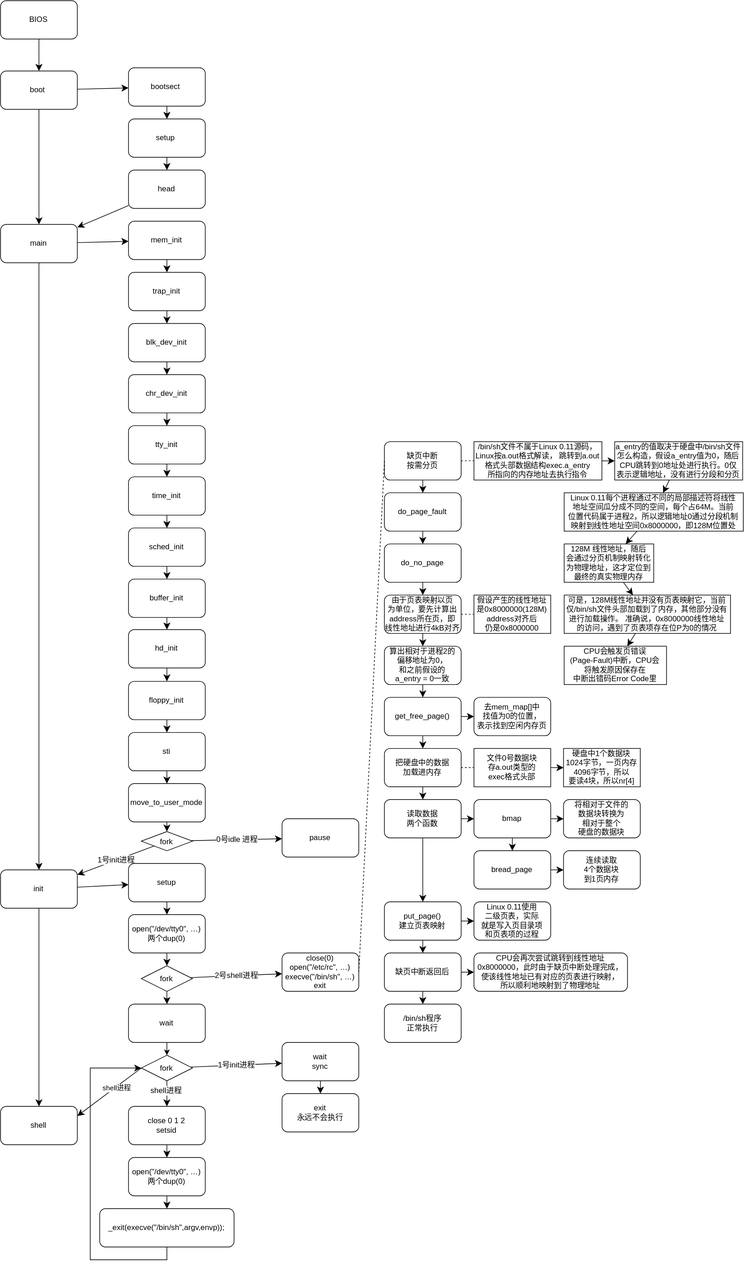
Before: demo.drawio.svg, a diagram exported from draw.io (chenxi829/draw_many_pic). Source tidied: cells renumbered, new cells last; positions are measured from the earlier drawing's top-left corner, leaving out a move shared by most shapes.
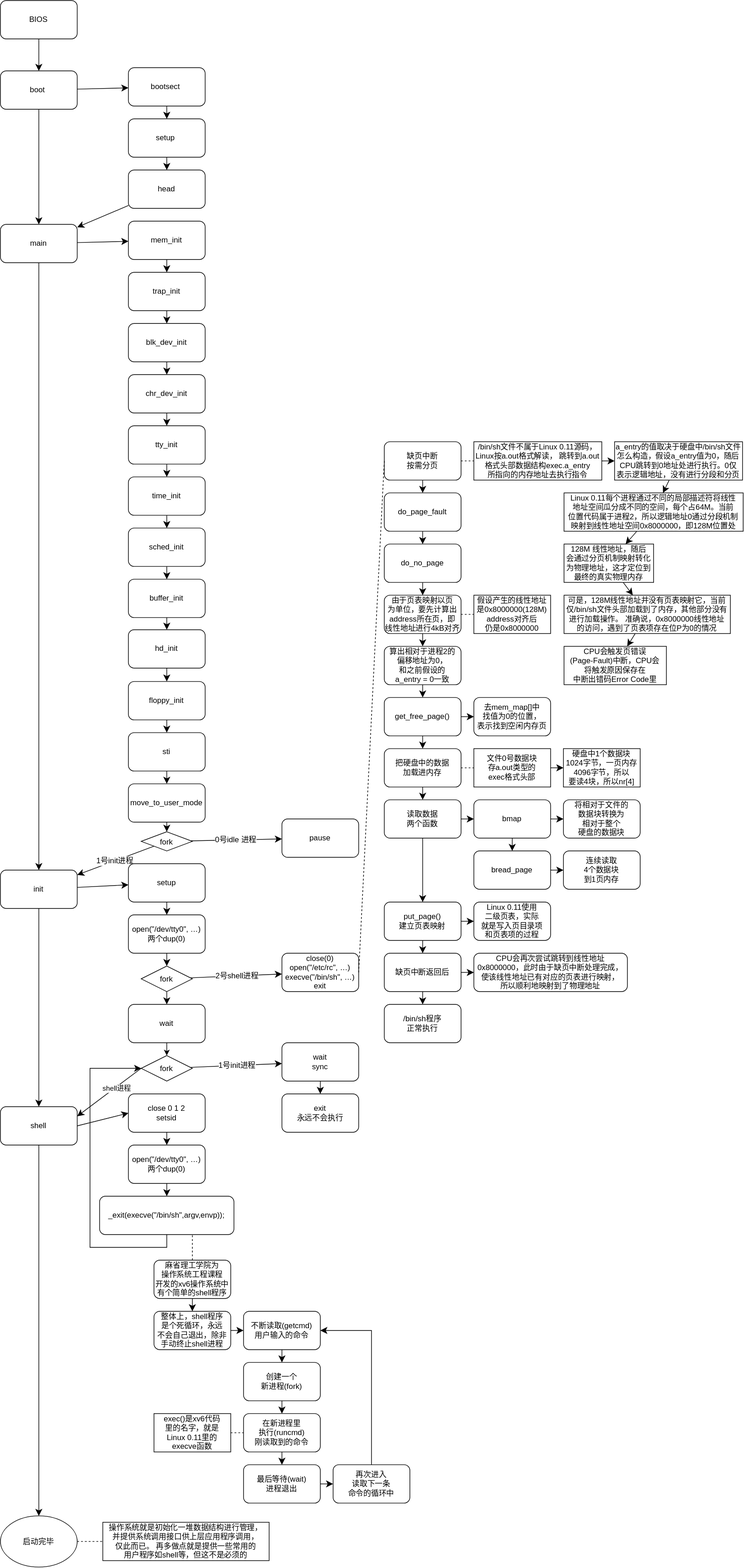
The same file after the commit.

Commit message:
完成 shell 操作系统启动完成

Change to the diagram source:
```diff
@@ -179,12 +179,6 @@
     <mxCell id="60" value="1号init进程" style="edgeStyle=none;curved=1;rounded=0;jettySize=auto;html=1;fontSize=12;startSize=8;endSize=8;" parent="1" edge="1" source="63" target="65">
       <mxGeometry relative="1" as="geometry" />
     </mxCell>
-    <mxCell id="61" style="edgeStyle=none;curved=1;rounded=0;jettySize=auto;html=1;fontSize=12;startSize=8;endSize=8;" parent="1" edge="1" source="63" target="67">
-      <mxGeometry relative="1" as="geometry" />
-    </mxCell>
-    <mxCell id="62" value="shell进程" style="edgeLabel;html=1;align=center;verticalAlign=middle;fontSize=12;" parent="61" vertex="1">
-      <mxGeometry x="-0.22" y="-2" relative="1" as="geometry" />
-    </mxCell>
     <mxCell id="63" value="fork" style="rhombus;whiteSpace=wrap;html=1;shapeInside=1;" parent="1" vertex="1">
       <mxGeometry x="220" y="1650" width="80" height="40" as="geometry" />
     </mxCell>
@@ -198,22 +192,22 @@
       <mxGeometry relative="1" as="geometry" />
     </mxCell>
     <mxCell id="67" value="close 0 1 2&lt;div&gt;setsid&lt;/div&gt;" style="rounded=1;whiteSpace=wrap;html=1;" parent="1" vertex="1">
-      <mxGeometry x="200" y="1730" width="120" height="60" as="geometry" />
+      <mxGeometry x="200" y="1710" width="120" height="60" as="geometry" />
     </mxCell>
     <mxCell id="68" style="edgeStyle=none;curved=1;rounded=0;jettySize=auto;html=1;fontSize=12;startSize=8;endSize=8;" parent="1" edge="1" source="69" target="70">
       <mxGeometry relative="1" as="geometry" />
     </mxCell>
     <mxCell id="69" value="open(&quot;/dev/tty0&quot;, …)&lt;div&gt;两个dup(0)&lt;/div&gt;" style="whiteSpace=wrap;html=1;rounded=1;" parent="1" vertex="1">
-      <mxGeometry x="200" y="1810" width="120" height="60" as="geometry" />
+      <mxGeometry x="200" y="1790" width="120" height="60" as="geometry" />
     </mxCell>
     <mxCell id="70" value="_exit(execve(&quot;/bin/sh&quot;,argv,envp));" style="whiteSpace=wrap;html=1;rounded=1;" parent="1" vertex="1">
-      <mxGeometry x="155" y="1890" width="210" height="60" as="geometry" />
+      <mxGeometry x="155" y="1870" width="210" height="60" as="geometry" />
     </mxCell>
     <mxCell id="71" style="endArrow=classic;html=1;rounded=0;fontSize=12;startSize=8;endSize=8;edgeStyle=orthogonalEdgeStyle;entryX=0;entryY=0.5;entryDx=0;entryDy=0;" parent="1" edge="1" source="70" target="63">
       <mxGeometry relative="1" as="geometry">
         <Array as="points">
-          <mxPoint x="260" y="1970" />
-          <mxPoint x="140.1" y="1970" />
+          <mxPoint x="260" y="1950" />
+          <mxPoint x="140.1" y="1950" />
           <mxPoint x="140.1" y="1670" />
         </Array>
       </mxGeometry>
@@ -383,5 +377,73 @@
     <mxCell id="126" style="endArrow=none;dashed=1;html=1;rounded=0;fontSize=12;startSize=8;endSize=8;curved=1;exitX=1;exitY=0.5;exitDx=0;exitDy=0;entryX=0;entryY=0.5;entryDx=0;entryDy=0;" parent="1" edge="1" source="55" target="74">
       <mxGeometry relative="1" as="geometry" />
     </mxCell>
+    <mxCell id="127" style="endArrow=classic;html=1;rounded=0;fontSize=12;startSize=8;endSize=8;curved=1;exitX=1;exitY=0.5;exitDx=0;exitDy=0;entryX=0;entryY=0.5;entryDx=0;entryDy=0;" parent="1" edge="1" source="54" target="67">
+      <mxGeometry relative="1" as="geometry" />
+    </mxCell>
+    <mxCell id="128" style="edgeStyle=none;curved=1;rounded=0;jettySize=auto;html=1;fontSize=12;startSize=8;endSize=8;" parent="1" edge="1" source="129" target="132">
+      <mxGeometry relative="1" as="geometry" />
+    </mxCell>
+    <mxCell id="129" value="麻省理工学院为&lt;div&gt;操作系统工程课程&lt;/div&gt;&lt;div&gt;开发的xv6操作系统中&lt;/div&gt;&lt;div&gt;有个简单的shell程序&lt;/div&gt;" style="whiteSpace=wrap;html=1;rounded=1;" parent="1" vertex="1">
+      <mxGeometry x="240" y="1970" width="120" height="60" as="geometry" />
+    </mxCell>
+    <mxCell id="130" style="endArrow=none;dashed=1;html=1;rounded=0;fontSize=12;startSize=8;endSize=8;curved=1;exitX=0.5;exitY=0;exitDx=0;exitDy=0;" parent="1" edge="1" source="129">
+      <mxGeometry relative="1" as="geometry">
+        <mxPoint x="300" y="1930" as="targetPoint" />
+      </mxGeometry>
+    </mxCell>
+    <mxCell id="131" style="edgeStyle=none;curved=1;rounded=0;jettySize=auto;html=1;fontSize=12;startSize=8;endSize=8;" parent="1" edge="1" source="132" target="134">
+      <mxGeometry relative="1" as="geometry" />
+    </mxCell>
+    <mxCell id="132" value="整体上，shell程序&lt;div&gt;是个死循环，永远&lt;/div&gt;&lt;div&gt;不会自己退出，除非&lt;/div&gt;&lt;div&gt;手动终止shell进程&lt;/div&gt;" style="whiteSpace=wrap;html=1;rounded=1;" parent="1" vertex="1">
+      <mxGeometry x="240" y="2050" width="120" height="60" as="geometry" />
+    </mxCell>
+    <mxCell id="133" style="edgeStyle=none;curved=1;rounded=0;jettySize=auto;html=1;fontSize=12;startSize=8;endSize=8;" parent="1" edge="1" source="134" target="138">
+      <mxGeometry relative="1" as="geometry" />
+    </mxCell>
+    <mxCell id="134" value="不断读取(getcmd)&lt;div&gt;用户输入的命令&lt;/div&gt;" style="whiteSpace=wrap;html=1;rounded=1;" parent="1" vertex="1">
+      <mxGeometry x="380" y="2050" width="120" height="60" as="geometry" />
+    </mxCell>
+    <mxCell id="135" style="edgeStyle=none;curved=1;rounded=0;jettySize=auto;html=1;fontSize=12;startSize=8;endSize=8;" parent="1" edge="1" source="136" target="140">
+      <mxGeometry relative="1" as="geometry" />
+    </mxCell>
+    <mxCell id="136" value="最后等待(wait)&lt;div&gt;进程退出&lt;/div&gt;" style="whiteSpace=wrap;html=1;rounded=1;" parent="1" vertex="1">
+      <mxGeometry x="380" y="2290" width="120" height="60" as="geometry" />
+    </mxCell>
+    <mxCell id="137" style="edgeStyle=none;curved=1;rounded=0;jettySize=auto;html=1;fontSize=12;startSize=8;endSize=8;" parent="1" edge="1" source="138" target="139">
+      <mxGeometry relative="1" as="geometry" />
+    </mxCell>
+    <mxCell id="138" value="创建一个&lt;div&gt;新进程(fork)&lt;/div&gt;" style="whiteSpace=wrap;html=1;rounded=1;" parent="1" vertex="1">
+      <mxGeometry x="380" y="2130" width="120" height="60" as="geometry" />
+    </mxCell>
+    <mxCell id="139" value="在新进程里&lt;div&gt;执行(runcmd)&lt;/div&gt;&lt;div&gt;刚读取到的命令&lt;/div&gt;" style="whiteSpace=wrap;html=1;rounded=1;" parent="1" vertex="1">
+      <mxGeometry x="380" y="2210" width="120" height="60" as="geometry" />
+    </mxCell>
+    <mxCell id="140" value="再次进入&lt;div&gt;读取下一条&lt;/div&gt;&lt;div&gt;命令的循环中&lt;/div&gt;" style="whiteSpace=wrap;html=1;rounded=1;" parent="1" vertex="1">
+      <mxGeometry x="520" y="2290" width="120" height="60" as="geometry" />
+    </mxCell>
+    <mxCell id="141" style="endArrow=classic;html=1;rounded=0;fontSize=12;startSize=8;endSize=8;curved=1;exitX=0.5;exitY=1;exitDx=0;exitDy=0;entryX=0.5;entryY=0;entryDx=0;entryDy=0;" parent="1" edge="1" source="139" target="136">
+      <mxGeometry relative="1" as="geometry" />
+    </mxCell>
+    <mxCell id="142" style="endArrow=classic;html=1;rounded=0;fontSize=12;startSize=8;endSize=8;exitX=0.5;exitY=0;exitDx=0;exitDy=0;entryX=1;entryY=0.5;entryDx=0;entryDy=0;edgeStyle=orthogonalEdgeStyle;" parent="1" edge="1" source="140" target="134">
+      <mxGeometry relative="1" as="geometry" />
+    </mxCell>
+    <mxCell id="143" value="exec()是xv6代码&lt;div&gt;里的名字，就是&lt;/div&gt;&lt;div&gt;Linux 0.11里的&lt;/div&gt;&lt;div&gt;execve函数&lt;/div&gt;" style="rounded=0;whiteSpace=wrap;html=1;" parent="1" vertex="1">
+      <mxGeometry x="240" y="2210" width="120" height="60" as="geometry" />
+    </mxCell>
+    <mxCell id="144" style="endArrow=none;dashed=1;html=1;rounded=0;fontSize=12;startSize=8;endSize=8;curved=1;exitX=1;exitY=0.5;exitDx=0;exitDy=0;entryX=0;entryY=0.5;entryDx=0;entryDy=0;" parent="1" edge="1" source="143" target="139">
+      <mxGeometry relative="1" as="geometry" />
+    </mxCell>
+    <mxCell id="145" value="启动完毕" style="ellipse;whiteSpace=wrap;html=1;shapeInside=1;" parent="1" vertex="1">
+      <mxGeometry y="2370" width="120" height="80" as="geometry" />
+    </mxCell>
+    <mxCell id="146" value="操作系统就是初始化一堆数据结构进行管理，&lt;div&gt;并提供系统调用接口供上层应用程序调用，&lt;/div&gt;&lt;div&gt;仅此而已。 再多做点就是提供一些常用的&lt;/div&gt;&lt;div&gt;用户程序如shell等，但这不是必须的&lt;/div&gt;" style="rounded=0;whiteSpace=wrap;html=1;" parent="1" vertex="1">
+      <mxGeometry x="160" y="2380" width="260" height="60" as="geometry" />
+    </mxCell>
+    <mxCell id="147" style="endArrow=none;dashed=1;html=1;rounded=0;fontSize=12;startSize=8;endSize=8;curved=1;exitX=1;exitY=0.5;exitDx=0;exitDy=0;entryX=0;entryY=0.5;entryDx=0;entryDy=0;" parent="1" edge="1" source="145" target="146">
+      <mxGeometry relative="1" as="geometry" />
+    </mxCell>
+    <mxCell id="148" style="endArrow=classic;html=1;rounded=0;fontSize=12;startSize=8;endSize=8;curved=1;exitX=0.5;exitY=1;exitDx=0;exitDy=0;entryX=0.5;entryY=0;entryDx=0;entryDy=0;" parent="1" edge="1" source="54" target="145">
+      <mxGeometry relative="1" as="geometry" />
+    </mxCell>
   </root>
 </mxGraphModel>
```
